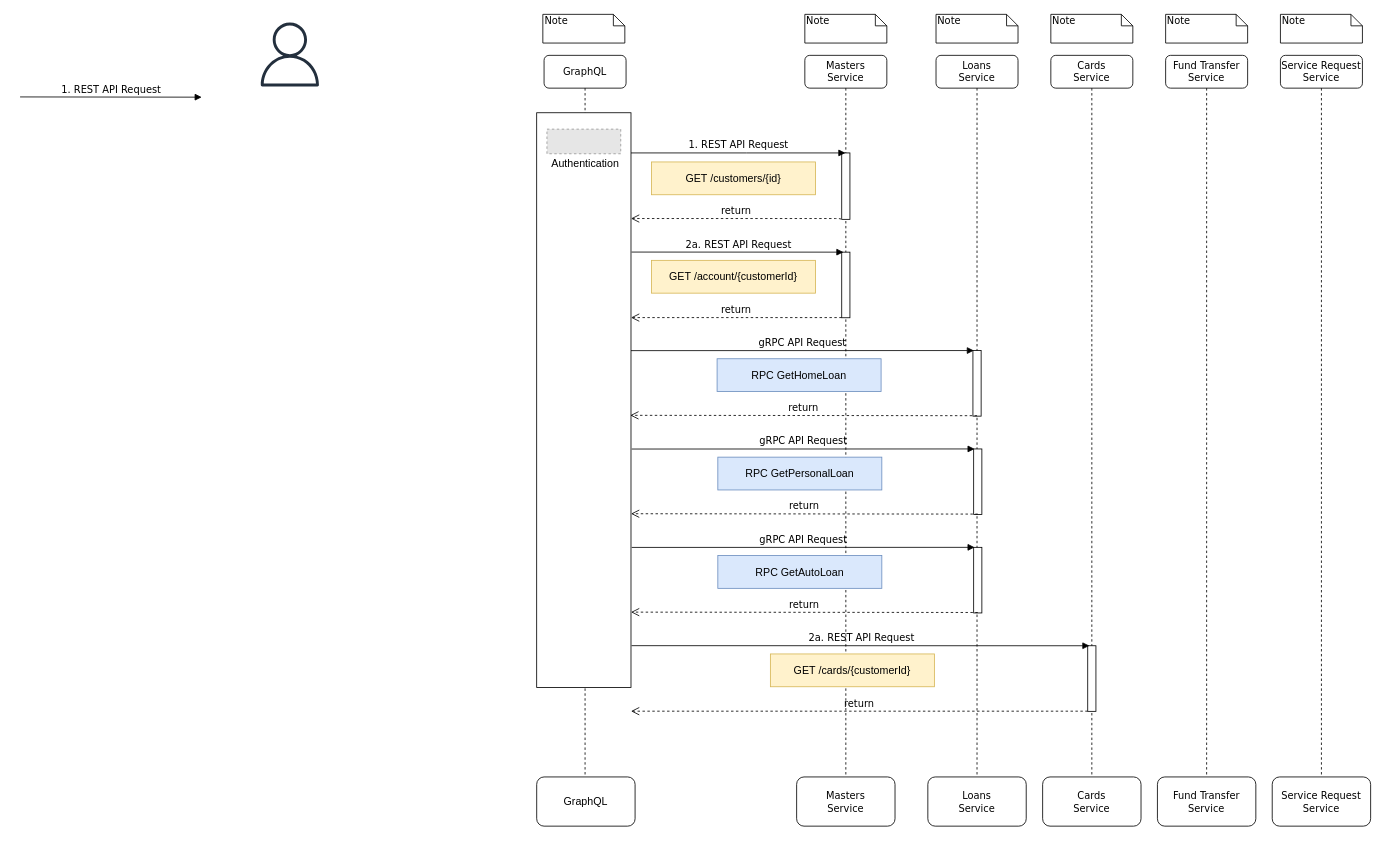
This is page "1) Overview" (4 of 4) of graphql-proposal.drawio from xi3161-sregoti/graphq-poc, a draw.io file, before an edit. Source tidied: cells renumbered, new cells numbered last; positions are measured from the earlier drawing's top-left corner, leaving out a move shared by most shapes. Both pictures are drawn from the tidied source at 82%, with x=0, y=0 at pixel (20, 14). Pictures stored in the file or linked from it are replaced by grey dashed boxes.
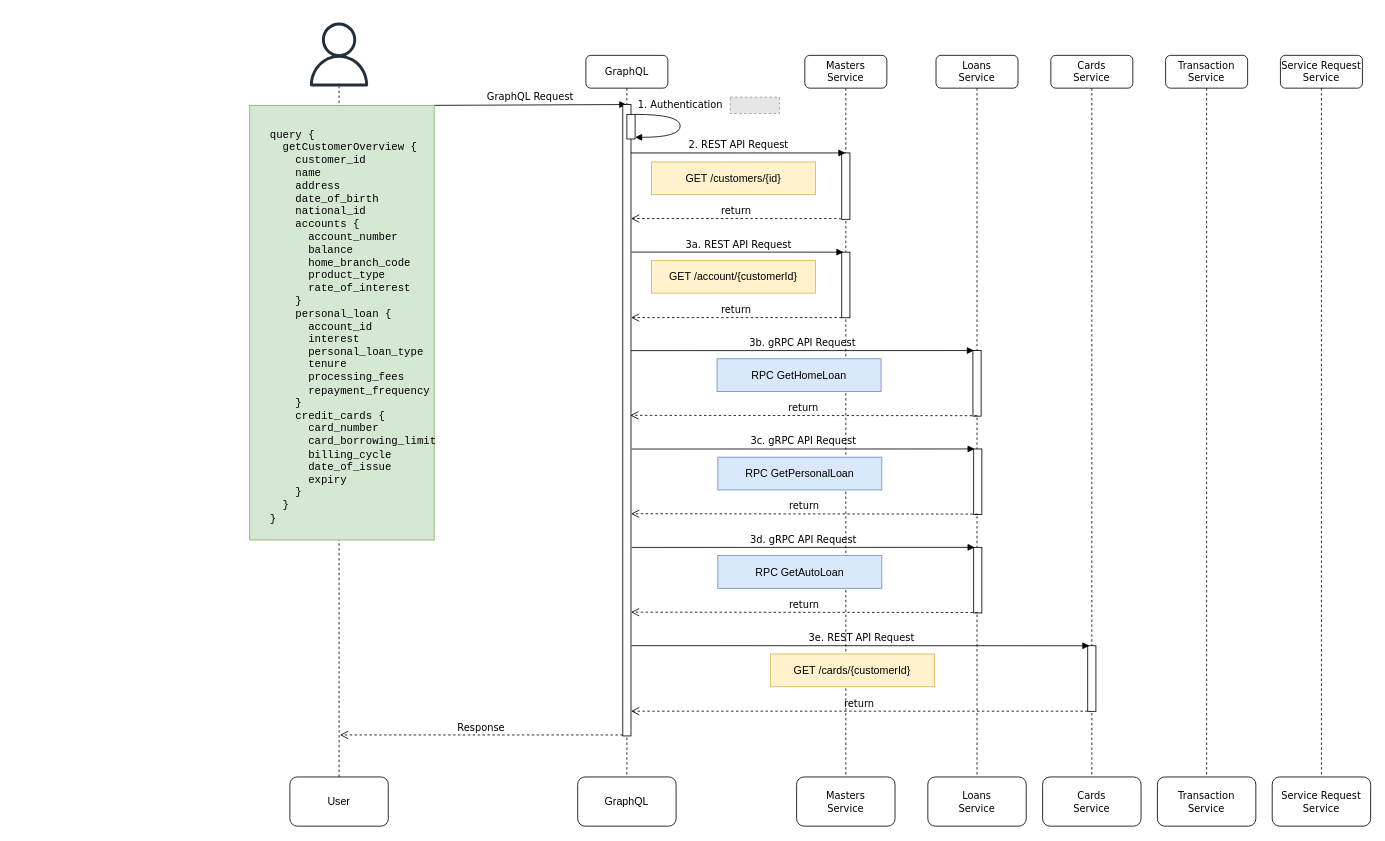
Above is the later version.

The change refers to these unchanged cells:
```xml
<mxCell id="2" value="Masters&lt;br&gt;Service" style="shape=umlLifeline;perimeter=lifelinePerimeter;whiteSpace=wrap;html=1;rounded=1;shadow=0;comic=0;labelBackgroundColor=none;strokeWidth=1;fontFamily=Verdana;fontSize=12;align=center;" parent="1" vertex="1">
  <mxGeometry x="957" y="50" width="100" height="880" as="geometry" />
</mxCell>
<mxCell id="4" style="html=1;points=[];perimeter=orthogonalPerimeter;rounded=0;shadow=0;comic=0;labelBackgroundColor=none;strokeWidth=1;fontFamily=Verdana;fontSize=12;align=center;" parent="2" vertex="1">
  <mxGeometry x="45" y="240" width="10" height="80" as="geometry" />
</mxCell>
<mxCell id="7" style="html=1;points=[];perimeter=orthogonalPerimeter;rounded=0;shadow=0;comic=0;labelBackgroundColor=none;strokeWidth=1;fontFamily=Verdana;fontSize=12;align=center;" parent="6" vertex="1">
  <mxGeometry x="45" y="360" width="10" height="80" as="geometry" />
</mxCell>
<mxCell id="26" style="html=1;points=[];perimeter=orthogonalPerimeter;rounded=0;shadow=0;comic=0;labelBackgroundColor=none;strokeWidth=1;fontFamily=Verdana;fontSize=12;align=center;" parent="1" vertex="1">
  <mxGeometry x="1162.9" y="530" width="10" height="80" as="geometry" />
</mxCell>
<mxCell id="30" style="html=1;points=[];perimeter=orthogonalPerimeter;rounded=0;shadow=0;comic=0;labelBackgroundColor=none;strokeWidth=1;fontFamily=Verdana;fontSize=12;align=center;" parent="1" vertex="1">
  <mxGeometry x="1162.9" y="650" width="10" height="80" as="geometry" />
</mxCell>
<mxCell id="34" style="html=1;points=[];perimeter=orthogonalPerimeter;rounded=0;shadow=0;comic=0;labelBackgroundColor=none;strokeWidth=1;fontFamily=Verdana;fontSize=12;align=center;" parent="1" vertex="1">
  <mxGeometry x="1302" y="770" width="10" height="80" as="geometry" />
</mxCell>
```

Change to the diagram source:
```diff
@@
+    <mxCell id="11" value="GraphQL" style="shape=umlLifeline;perimeter=lifelinePerimeter;whiteSpace=wrap;html=1;rounded=1;shadow=0;comic=0;labelBackgroundColor=none;strokeWidth=1;fontFamily=Verdana;fontSize=12;align=center;" parent="1" vertex="1">
+      <mxGeometry x="690" y="50" width="100" height="880" as="geometry" />
+    </mxCell>
@@
-    <mxCell id="5" value="2a. REST API Request" style="html=1;verticalAlign=bottom;endArrow=block;labelBackgroundColor=none;fontFamily=Verdana;fontSize=12;edgeStyle=elbowEdgeStyle;elbow=vertical;exitX=1.17;exitY=0.253;exitDx=0;exitDy=0;exitPerimeter=0;entryX=0.208;entryY=0.012;entryDx=0;entryDy=0;entryPerimeter=0;" parent="2" edge="1" target="4">
+    <mxCell id="5" value="3a. REST API Request" style="html=1;verticalAlign=bottom;endArrow=block;labelBackgroundColor=none;fontFamily=Verdana;fontSize=12;edgeStyle=elbowEdgeStyle;elbow=vertical;exitX=1.17;exitY=0.253;exitDx=0;exitDy=0;exitPerimeter=0;entryX=0.208;entryY=0.012;entryDx=0;entryDy=0;entryPerimeter=0;" parent="2" edge="1" target="4">
       <mxGeometry relative="1" as="geometry">
         <mxPoint x="-211.3" y="239.9" as="sourcePoint" />
       </mxGeometry>
     </mxCell>
@@
-    <mxCell id="9" value="Fund Transfer&lt;br&gt;Service" style="shape=umlLifeline;perimeter=lifelinePerimeter;whiteSpace=wrap;html=1;rounded=1;shadow=0;comic=0;labelBackgroundColor=none;strokeWidth=1;fontFamily=Verdana;fontSize=12;align=center;" parent="1" vertex="1">
+    <mxCell id="9" value="Transaction&lt;br&gt;Service" style="shape=umlLifeline;perimeter=lifelinePerimeter;whiteSpace=wrap;html=1;rounded=1;shadow=0;comic=0;labelBackgroundColor=none;strokeWidth=1;fontFamily=Verdana;fontSize=12;align=center;" parent="1" vertex="1">
       <mxGeometry x="1397" y="50" width="100" height="880" as="geometry" />
     </mxCell>
@@
-    <mxCell id="11" value="GraphQL" style="shape=umlLifeline;perimeter=lifelinePerimeter;whiteSpace=wrap;html=1;rounded=1;shadow=0;comic=0;labelBackgroundColor=none;strokeWidth=1;fontFamily=Verdana;fontSize=12;align=center;" parent="1" vertex="1">
-      <mxGeometry x="639" y="50" width="100" height="880" as="geometry" />
-    </mxCell>
-    <mxCell id="12" value="1. REST API Request" style="html=1;verticalAlign=bottom;endArrow=block;labelBackgroundColor=none;fontFamily=Verdana;fontSize=12;edgeStyle=elbowEdgeStyle;elbow=vertical;" parent="1" edge="1">
+    <mxCell id="12" value="2. REST API Request" style="html=1;verticalAlign=bottom;endArrow=block;labelBackgroundColor=none;fontFamily=Verdana;fontSize=12;edgeStyle=elbowEdgeStyle;elbow=vertical;" parent="1" edge="1">
       <mxGeometry relative="1" as="geometry">
         <mxPoint x="745" y="169" as="sourcePoint" />
         <mxPoint x="1006.5" y="169" as="targetPoint" />
       </mxGeometry>
     </mxCell>
-    <mxCell id="13" value="Note" style="shape=note;whiteSpace=wrap;html=1;size=14;verticalAlign=top;align=left;spacingTop=-6;rounded=0;shadow=0;comic=0;labelBackgroundColor=none;strokeWidth=1;fontFamily=Verdana;fontSize=12;" parent="1" vertex="1">
-      <mxGeometry x="637.5" width="100" height="35" as="geometry" />
-    </mxCell>
-    <mxCell id="14" value="Note" style="shape=note;whiteSpace=wrap;html=1;size=14;verticalAlign=top;align=left;spacingTop=-6;rounded=0;shadow=0;comic=0;labelBackgroundColor=none;strokeWidth=1;fontFamily=Verdana;fontSize=12;" parent="1" vertex="1">
-      <mxGeometry x="957" width="100" height="35" as="geometry" />
-    </mxCell>
-    <mxCell id="15" value="Note" style="shape=note;whiteSpace=wrap;html=1;size=14;verticalAlign=top;align=left;spacingTop=-6;rounded=0;shadow=0;comic=0;labelBackgroundColor=none;strokeWidth=1;fontFamily=Verdana;fontSize=12;" parent="1" vertex="1">
-      <mxGeometry x="1117" width="100" height="35" as="geometry" />
-    </mxCell>
-    <mxCell id="16" value="Note" style="shape=note;whiteSpace=wrap;html=1;size=14;verticalAlign=top;align=left;spacingTop=-6;rounded=0;shadow=0;comic=0;labelBackgroundColor=none;strokeWidth=1;fontFamily=Verdana;fontSize=12;" parent="1" vertex="1">
-      <mxGeometry x="1257" width="100" height="35" as="geometry" />
-    </mxCell>
-    <mxCell id="17" value="Note" style="shape=note;whiteSpace=wrap;html=1;size=14;verticalAlign=top;align=left;spacingTop=-6;rounded=0;shadow=0;comic=0;labelBackgroundColor=none;strokeWidth=1;fontFamily=Verdana;fontSize=12;" parent="1" vertex="1">
-      <mxGeometry x="1397" width="100" height="35" as="geometry" />
-    </mxCell>
-    <mxCell id="18" value="Note" style="shape=note;whiteSpace=wrap;html=1;size=14;verticalAlign=top;align=left;spacingTop=-6;rounded=0;shadow=0;comic=0;labelBackgroundColor=none;strokeWidth=1;fontFamily=Verdana;fontSize=12;" parent="1" vertex="1">
-      <mxGeometry x="1537" width="100" height="35" as="geometry" />
-    </mxCell>
@@
-    <mxCell id="20" value="gRPC API Request" style="html=1;verticalAlign=bottom;endArrow=block;labelBackgroundColor=none;fontFamily=Verdana;fontSize=12;edgeStyle=elbowEdgeStyle;elbow=vertical;entryX=0.116;entryY=0.004;entryDx=0;entryDy=0;entryPerimeter=0;" parent="1" edge="1" target="7">
+    <mxCell id="20" value="3b. gRPC API Request" style="html=1;verticalAlign=bottom;endArrow=block;labelBackgroundColor=none;fontFamily=Verdana;fontSize=12;edgeStyle=elbowEdgeStyle;elbow=vertical;entryX=0.116;entryY=0.004;entryDx=0;entryDy=0;entryPerimeter=0;" parent="1" edge="1" target="7">
       <mxGeometry relative="1" as="geometry">
         <mxPoint x="745" y="410.1" as="sourcePoint" />
       </mxGeometry>
     </mxCell>
@@
-    <mxCell id="27" value="gRPC API Request" style="html=1;verticalAlign=bottom;endArrow=block;labelBackgroundColor=none;fontFamily=Verdana;fontSize=12;edgeStyle=elbowEdgeStyle;elbow=vertical;entryX=0.116;entryY=0.004;entryDx=0;entryDy=0;entryPerimeter=0;" parent="1" edge="1" target="26">
+    <mxCell id="27" value="3c. gRPC API Request" style="html=1;verticalAlign=bottom;endArrow=block;labelBackgroundColor=none;fontFamily=Verdana;fontSize=12;edgeStyle=elbowEdgeStyle;elbow=vertical;entryX=0.116;entryY=0.004;entryDx=0;entryDy=0;entryPerimeter=0;" parent="1" edge="1" target="26">
       <mxGeometry relative="1" as="geometry">
         <mxPoint x="745.9" y="530.1" as="sourcePoint" />
       </mxGeometry>
     </mxCell>
@@
-    <mxCell id="31" value="gRPC API Request" style="html=1;verticalAlign=bottom;endArrow=block;labelBackgroundColor=none;fontFamily=Verdana;fontSize=12;edgeStyle=elbowEdgeStyle;elbow=vertical;entryX=0.116;entryY=0.004;entryDx=0;entryDy=0;entryPerimeter=0;" parent="1" edge="1" target="30">
+    <mxCell id="31" value="3d. gRPC API Request" style="html=1;verticalAlign=bottom;endArrow=block;labelBackgroundColor=none;fontFamily=Verdana;fontSize=12;edgeStyle=elbowEdgeStyle;elbow=vertical;entryX=0.116;entryY=0.004;entryDx=0;entryDy=0;entryPerimeter=0;" parent="1" edge="1" target="30">
       <mxGeometry relative="1" as="geometry">
         <mxPoint x="745.9" y="650.1" as="sourcePoint" />
       </mxGeometry>
     </mxCell>
@@
-    <mxCell id="35" value="2a. REST API Request" style="html=1;verticalAlign=bottom;endArrow=block;labelBackgroundColor=none;fontFamily=Verdana;fontSize=12;edgeStyle=elbowEdgeStyle;elbow=vertical;exitX=1.17;exitY=0.253;exitDx=0;exitDy=0;exitPerimeter=0;entryX=0.208;entryY=0.012;entryDx=0;entryDy=0;entryPerimeter=0;" parent="1" edge="1" target="34">
+    <mxCell id="35" value="3e. REST API Request" style="html=1;verticalAlign=bottom;endArrow=block;labelBackgroundColor=none;fontFamily=Verdana;fontSize=12;edgeStyle=elbowEdgeStyle;elbow=vertical;exitX=1.17;exitY=0.253;exitDx=0;exitDy=0;exitPerimeter=0;entryX=0.208;entryY=0.012;entryDx=0;entryDy=0;entryPerimeter=0;" parent="1" edge="1" target="34">
       <mxGeometry relative="1" as="geometry">
         <mxPoint x="745.7" y="769.9" as="sourcePoint" />
       </mxGeometry>
     </mxCell>
@@
-    <mxCell id="39" value="&lt;span style=&quot;font-family: Verdana; font-size: 12px;&quot;&gt;Fund Transfer&lt;/span&gt;&lt;br style=&quot;font-family: Verdana; font-size: 12px;&quot;&gt;&lt;span style=&quot;font-family: Verdana; font-size: 12px;&quot;&gt;Service&lt;/span&gt;" style="rounded=1;whiteSpace=wrap;html=1;fontSize=13;" parent="1" vertex="1">
+    <mxCell id="39" value="&lt;span style=&quot;font-family: Verdana; font-size: 12px;&quot;&gt;Transaction&lt;br&gt;Service&lt;/span&gt;" style="rounded=1;whiteSpace=wrap;html=1;fontSize=13;" parent="1" vertex="1">
       <mxGeometry x="1387" y="930" width="120" height="60" as="geometry" />
     </mxCell>
@@
     <mxCell id="42" value="GraphQL" style="rounded=1;whiteSpace=wrap;html=1;fontSize=13;" parent="1" vertex="1">
-      <mxGeometry x="630" y="930" width="120" height="60" as="geometry" />
+      <mxGeometry x="680" y="930" width="120" height="60" as="geometry" />
     </mxCell>
@@
     <mxCell id="44" style="sketch=0;outlineConnect=0;fontColor=#232F3E;gradientColor=none;fillColor=#232F3D;strokeColor=none;dashed=0;verticalLabelPosition=bottom;verticalAlign=top;align=center;html=1;fontSize=12;fontStyle=0;shape=mxgraph.aws4.user;" parent="1" vertex="1">
-      <mxGeometry x="290" y="10" width="78" height="78" as="geometry" />
+      <mxGeometry x="350" y="10" width="78" height="78" as="geometry" />
     </mxCell>
-    <mxCell id="45" value="1. REST API Request" style="html=1;verticalAlign=bottom;endArrow=block;labelBackgroundColor=none;fontFamily=Verdana;fontSize=12;edgeStyle=elbowEdgeStyle;elbow=vertical;" parent="1" edge="1">
-      <mxGeometry relative="1" as="geometry">
-        <mxPoint y="100.7" as="sourcePoint" />
-        <mxPoint x="221.5" y="100.6" as="targetPoint" />
-      </mxGeometry>
+    <mxCell id="45" value="GraphQL Request" style="html=1;verticalAlign=bottom;endArrow=block;labelBackgroundColor=none;fontFamily=Verdana;fontSize=12;edgeStyle=elbowEdgeStyle;elbow=vertical;entryX=0.433;entryY=-0.001;entryDx=0;entryDy=0;entryPerimeter=0;exitX=1;exitY=0;exitDx=0;exitDy=0;" parent="1" edge="1" source="54" target="46">
+      <mxGeometry relative="1" as="geometry" />
     </mxCell>
     <mxCell id="46" style="html=1;points=[];perimeter=orthogonalPerimeter;rounded=0;shadow=0;comic=0;labelBackgroundColor=none;strokeWidth=1;fontFamily=Verdana;fontSize=12;align=center;" parent="1" vertex="1">
-      <mxGeometry x="630" y="120" width="115" height="701" as="geometry" />
+      <mxGeometry x="735" y="110" width="10" height="770" as="geometry" />
     </mxCell>
-    <mxCell id="47" style="fillColor=#E6E6E6;strokeColor=#999999;dashed=1;verticalLabelPosition=bottom;labelBackgroundColor=default;verticalAlign=top;" parent="1" vertex="1">
-      <mxGeometry x="642.5" y="140" width="90" height="30" as="geometry" />
-    </mxCell>
-    <mxCell id="48" value="Authentication" style="text;html=1;align=center;verticalAlign=middle;strokeColor=none;fillColor=none;fontSize=13;" parent="1" vertex="1">
-      <mxGeometry x="639" y="172" width="100" height="20" as="geometry" />
-    </mxCell>
+    <mxCell id="49" style="html=1;points=[];perimeter=orthogonalPerimeter;rounded=0;shadow=0;comic=0;labelBackgroundColor=none;strokeWidth=1;fontFamily=Verdana;fontSize=12;align=center;" parent="1" vertex="1">
+      <mxGeometry x="740" y="122" width="10" height="30" as="geometry" />
+    </mxCell>
+    <mxCell id="50" value="1. Authentication" style="html=1;verticalAlign=bottom;endArrow=block;labelBackgroundColor=none;fontFamily=Verdana;fontSize=12;elbow=vertical;edgeStyle=orthogonalEdgeStyle;curved=1;entryX=1;entryY=0.933;entryPerimeter=0;exitX=1.038;exitY=0.345;exitPerimeter=0;entryDx=0;entryDy=0;" parent="1" edge="1" target="49">
+      <mxGeometry x="-0.2" y="-2" relative="1" as="geometry">
+        <mxPoint x="750" y="122" as="sourcePoint" />
+        <Array as="points">
+          <mxPoint x="805" y="122" />
+          <mxPoint x="805" y="150" />
+        </Array>
+        <mxPoint x="2" y="-2" as="offset" />
+      </mxGeometry>
+    </mxCell>
+    <mxCell id="51" style="fillColor=#E6E6E6;strokeColor=#999999;dashed=1;verticalLabelPosition=bottom;labelBackgroundColor=default;verticalAlign=top;" parent="1" vertex="1">
+      <mxGeometry x="866" y="101" width="60" height="20" as="geometry" />
+    </mxCell>
+    <mxCell id="52" style="endArrow=none;dashed=1;html=1;rounded=0;fontSize=13;" parent="1" edge="1" target="44">
+      <mxGeometry relative="1" as="geometry">
+        <mxPoint x="389" y="930" as="sourcePoint" />
+      </mxGeometry>
+    </mxCell>
+    <mxCell id="53" style="group;" parent="1" vertex="1">
+      <mxGeometry x="280" y="111" width="225" height="530" as="geometry" />
+    </mxCell>
+    <mxCell id="54" value="&lt;pre&gt;&lt;br&gt;&lt;/pre&gt;" style="rounded=0;whiteSpace=wrap;html=1;fontSize=13;align=left;fillColor=#d5e8d4;strokeColor=#82b366;" parent="53" vertex="1">
+      <mxGeometry width="225" height="530" as="geometry" />
+    </mxCell>
+    <mxCell id="55" value="&lt;pre&gt;query {&lt;br&gt;&amp;nbsp; getCustomerOverview {&lt;br&gt;&amp;nbsp; &amp;nbsp; customer_id&lt;br&gt;&amp;nbsp; &amp;nbsp; name&lt;br&gt;&amp;nbsp; &amp;nbsp; address&lt;br&gt;&amp;nbsp; &amp;nbsp; date_of_birth&lt;br&gt;&amp;nbsp; &amp;nbsp; national_id&lt;br&gt;&amp;nbsp; &amp;nbsp; accounts {&lt;br&gt;&amp;nbsp; &amp;nbsp; &amp;nbsp; account_number&lt;br&gt;&amp;nbsp; &amp;nbsp; &amp;nbsp; balance&lt;br&gt;&amp;nbsp; &amp;nbsp; &amp;nbsp; home_branch_code&lt;br&gt;&amp;nbsp; &amp;nbsp; &amp;nbsp; product_type&lt;br&gt;&amp;nbsp; &amp;nbsp; &amp;nbsp; rate_of_interest&lt;br&gt;&amp;nbsp; &amp;nbsp; }&lt;br&gt;&amp;nbsp; &amp;nbsp; personal_loan {&lt;br&gt;&amp;nbsp; &amp;nbsp; &amp;nbsp; account_id&lt;br&gt;&amp;nbsp; &amp;nbsp; &amp;nbsp; interest&lt;br&gt;&amp;nbsp; &amp;nbsp; &amp;nbsp; personal_loan_type&lt;br&gt;&amp;nbsp; &amp;nbsp; &amp;nbsp; tenure&lt;br&gt;&amp;nbsp; &amp;nbsp; &amp;nbsp; processing_fees&lt;br&gt;&amp;nbsp; &amp;nbsp; &amp;nbsp; repayment_frequency&lt;br&gt;&amp;nbsp; &amp;nbsp; }&lt;br&gt;&amp;nbsp; &amp;nbsp; credit_cards {&lt;br&gt;&amp;nbsp; &amp;nbsp; &amp;nbsp; card_number&lt;br&gt;&amp;nbsp; &amp;nbsp; &amp;nbsp; card_borrowing_limit&lt;br&gt;&amp;nbsp; &amp;nbsp; &amp;nbsp; billing_cycle&lt;br&gt;&amp;nbsp; &amp;nbsp; &amp;nbsp; date_of_issue&lt;br&gt;&amp;nbsp; &amp;nbsp; &amp;nbsp; expiry&lt;br&gt;&amp;nbsp; &amp;nbsp; }&lt;br&gt;&amp;nbsp; }&lt;br&gt;}&lt;/pre&gt;" style="text;html=1;strokeColor=none;fillColor=none;align=left;verticalAlign=middle;whiteSpace=wrap;rounded=0;fontSize=13;" parent="53" vertex="1">
+      <mxGeometry x="22.5" y="20" width="180" height="500" as="geometry" />
+    </mxCell>
+    <mxCell id="56" value="Response" style="html=1;verticalAlign=bottom;endArrow=open;dashed=1;endSize=8;labelBackgroundColor=none;fontFamily=Verdana;fontSize=12;edgeStyle=elbowEdgeStyle;elbow=vertical;" parent="1" edge="1">
+      <mxGeometry relative="1" as="geometry">
+        <mxPoint x="735" y="878.8" as="sourcePoint" />
+        <mxPoint x="390" y="878" as="targetPoint" />
+        <Array as="points">
+          <mxPoint x="358.5" y="878.8" />
+        </Array>
+      </mxGeometry>
+    </mxCell>
+    <mxCell id="57" value="User" style="rounded=1;whiteSpace=wrap;html=1;fontSize=13;" parent="1" vertex="1">
+      <mxGeometry x="329" y="930" width="120" height="60" as="geometry" />
+    </mxCell>
```
